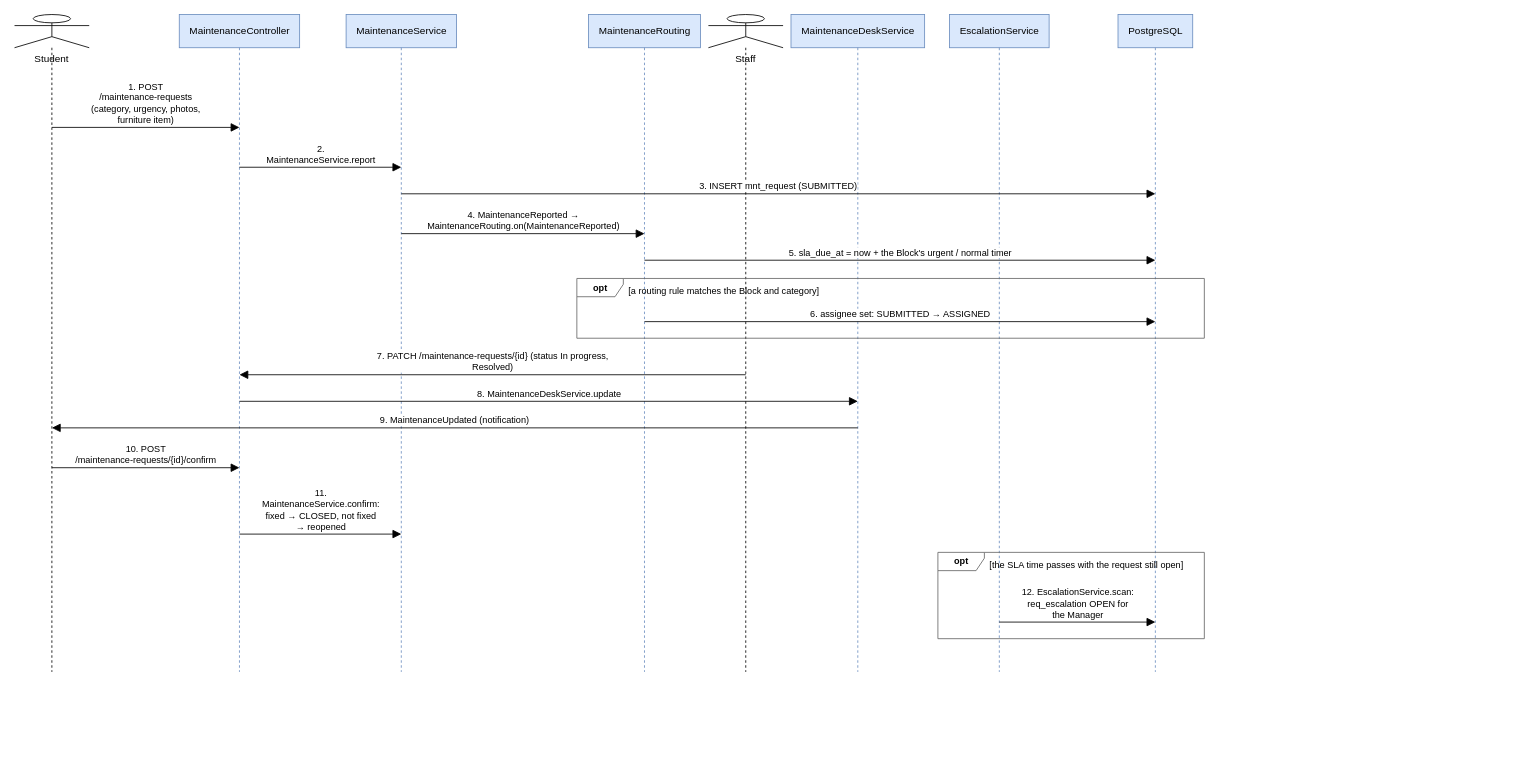
Earlier version of the draw.io diagram docs/Diagrams/07_Sequence/seq-09-maintenance-routing-sla.drawio (tisou47/CampusStay-FPT). Source tidied: cells renumbered, new cells numbered last; positions are measured from the earlier drawing's top-left corner, leaving out a move shared by most shapes. Both pictures are drawn from the tidied source at 83%, with x=0, y=0 at pixel (14, 14).
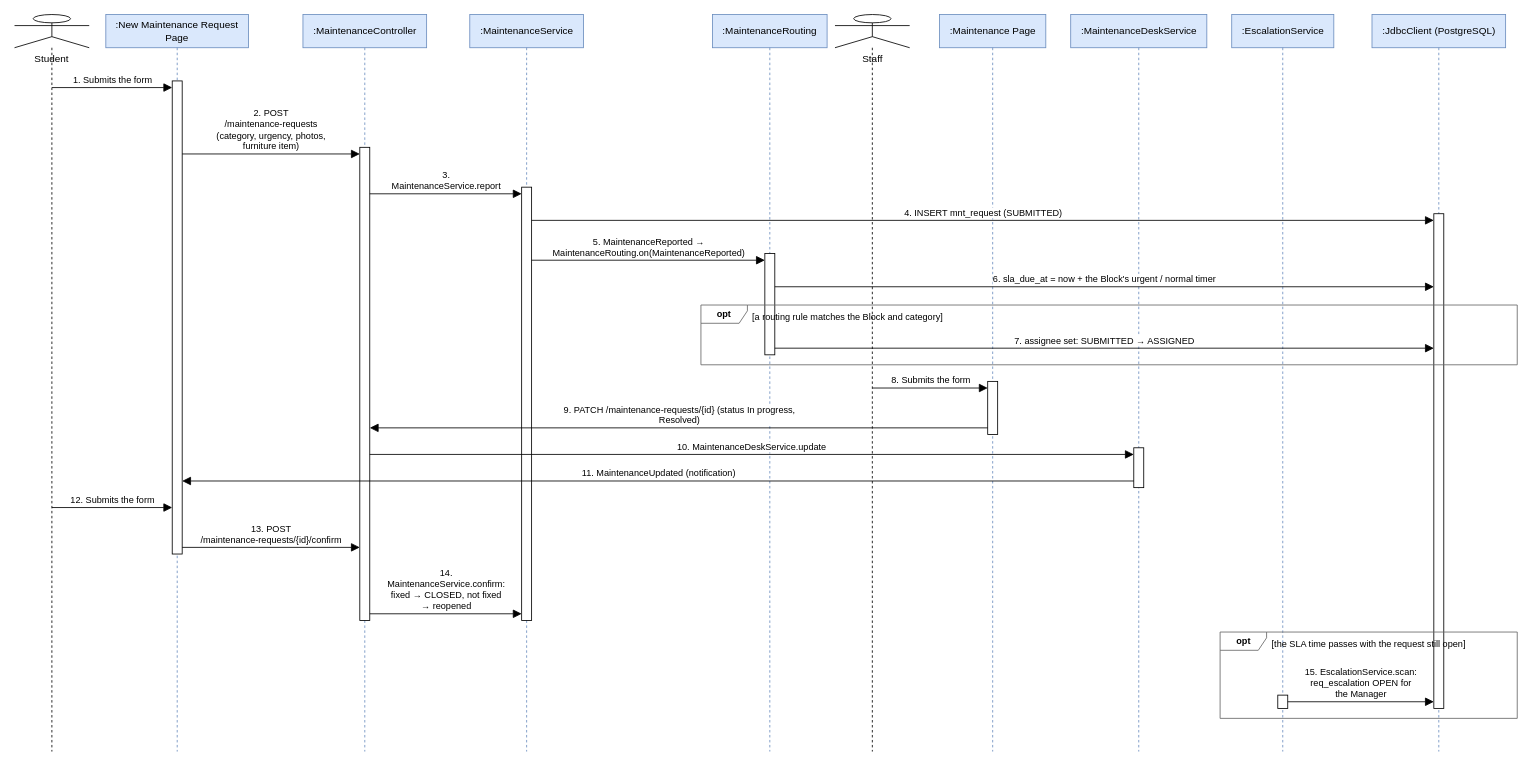
The same diagram, later.

What changed in the source:
```diff
@@
     <mxCell id="2" value="Student" style="shape=umlLifeline;participant=umlActor;perimeter=lifelinePerimeter;size=40;verticalAlign=top;spacingTop=40;html=1;whiteSpace=wrap;fontSize=12;fontFamily=Helvetica;" parent="1" vertex="1">
-      <mxGeometry width="90" height="792" as="geometry" />
+      <mxGeometry width="90" height="888" as="geometry" />
     </mxCell>
+    <mxCell id="26" value=":New Maintenance Request&lt;br&gt;Page" style="shape=umlLifeline;perimeter=lifelinePerimeter;size=40;html=1;whiteSpace=wrap;fontSize=12;fontFamily=Helvetica;fillColor=#dae8fc;strokeColor=#6c8ebf;" parent="1" vertex="1">
+      <mxGeometry x="110" width="172" height="888" as="geometry" />
+    </mxCell>
-    <mxCell id="3" value="MaintenanceController" style="shape=umlLifeline;perimeter=lifelinePerimeter;size=40;html=1;whiteSpace=wrap;fontSize=12;fontFamily=Helvetica;fillColor=#dae8fc;strokeColor=#6c8ebf;" parent="1" vertex="1">
-      <mxGeometry x="198.5" width="145" height="792" as="geometry" />
+    <mxCell id="3" value=":MaintenanceController" style="shape=umlLifeline;perimeter=lifelinePerimeter;size=40;html=1;whiteSpace=wrap;fontSize=12;fontFamily=Helvetica;fillColor=#dae8fc;strokeColor=#6c8ebf;" parent="1" vertex="1">
+      <mxGeometry x="347.5" width="149" height="888" as="geometry" />
     </mxCell>
-    <mxCell id="4" value="MaintenanceService" style="shape=umlLifeline;perimeter=lifelinePerimeter;size=40;html=1;whiteSpace=wrap;fontSize=12;fontFamily=Helvetica;fillColor=#dae8fc;strokeColor=#6c8ebf;" parent="1" vertex="1">
-      <mxGeometry x="399.5" width="133" height="792" as="geometry" />
+    <mxCell id="4" value=":MaintenanceService" style="shape=umlLifeline;perimeter=lifelinePerimeter;size=40;html=1;whiteSpace=wrap;fontSize=12;fontFamily=Helvetica;fillColor=#dae8fc;strokeColor=#6c8ebf;" parent="1" vertex="1">
+      <mxGeometry x="548.5" width="137" height="888" as="geometry" />
     </mxCell>
-    <mxCell id="5" value="MaintenanceRouting" style="shape=umlLifeline;perimeter=lifelinePerimeter;size=40;html=1;whiteSpace=wrap;fontSize=12;fontFamily=Helvetica;fillColor=#dae8fc;strokeColor=#6c8ebf;" parent="1" vertex="1">
-      <mxGeometry x="691.5" width="135" height="792" as="geometry" />
+    <mxCell id="5" value=":MaintenanceRouting" style="shape=umlLifeline;perimeter=lifelinePerimeter;size=40;html=1;whiteSpace=wrap;fontSize=12;fontFamily=Helvetica;fillColor=#dae8fc;strokeColor=#6c8ebf;" parent="1" vertex="1">
+      <mxGeometry x="841" width="138" height="888" as="geometry" />
     </mxCell>
     <mxCell id="6" value="Staff" style="shape=umlLifeline;participant=umlActor;perimeter=lifelinePerimeter;size=40;verticalAlign=top;spacingTop=40;html=1;whiteSpace=wrap;fontSize=12;fontFamily=Helvetica;" parent="1" vertex="1">
-      <mxGeometry x="836" width="90" height="792" as="geometry" />
+      <mxGeometry x="988.5" width="90" height="888" as="geometry" />
     </mxCell>
+    <mxCell id="27" value=":Maintenance Page" style="shape=umlLifeline;perimeter=lifelinePerimeter;size=40;html=1;whiteSpace=wrap;fontSize=12;fontFamily=Helvetica;fillColor=#dae8fc;strokeColor=#6c8ebf;" parent="1" vertex="1">
+      <mxGeometry x="1114.5" width="128" height="888" as="geometry" />
+    </mxCell>
-    <mxCell id="7" value="MaintenanceDeskService" style="shape=umlLifeline;perimeter=lifelinePerimeter;size=40;html=1;whiteSpace=wrap;fontSize=12;fontFamily=Helvetica;fillColor=#dae8fc;strokeColor=#6c8ebf;" parent="1" vertex="1">
-      <mxGeometry x="935.5" width="161" height="792" as="geometry" />
+    <mxCell id="7" value=":MaintenanceDeskService" style="shape=umlLifeline;perimeter=lifelinePerimeter;size=40;html=1;whiteSpace=wrap;fontSize=12;fontFamily=Helvetica;fillColor=#dae8fc;strokeColor=#6c8ebf;" parent="1" vertex="1">
+      <mxGeometry x="1272.5" width="164" height="888" as="geometry" />
     </mxCell>
-    <mxCell id="8" value="EscalationService" style="shape=umlLifeline;perimeter=lifelinePerimeter;size=40;html=1;whiteSpace=wrap;fontSize=12;fontFamily=Helvetica;fillColor=#dae8fc;strokeColor=#6c8ebf;" parent="1" vertex="1">
-      <mxGeometry x="1126.5" width="120" height="792" as="geometry" />
+    <mxCell id="8" value=":EscalationService" style="shape=umlLifeline;perimeter=lifelinePerimeter;size=40;html=1;whiteSpace=wrap;fontSize=12;fontFamily=Helvetica;fillColor=#dae8fc;strokeColor=#6c8ebf;" parent="1" vertex="1">
+      <mxGeometry x="1466.5" width="123" height="888" as="geometry" />
     </mxCell>
-    <mxCell id="9" value="PostgreSQL" style="shape=umlLifeline;perimeter=lifelinePerimeter;size=40;html=1;whiteSpace=wrap;fontSize=12;fontFamily=Helvetica;fillColor=#dae8fc;strokeColor=#6c8ebf;" parent="1" vertex="1">
-      <mxGeometry x="1329.5" width="90" height="792" as="geometry" />
+    <mxCell id="9" value=":JdbcClient (PostgreSQL)" style="shape=umlLifeline;perimeter=lifelinePerimeter;size=40;html=1;whiteSpace=wrap;fontSize=12;fontFamily=Helvetica;fillColor=#dae8fc;strokeColor=#6c8ebf;" parent="1" vertex="1">
+      <mxGeometry x="1635.5" width="161" height="888" as="geometry" />
     </mxCell>
-    <mxCell id="10" value="1. POST&lt;br&gt;/maintenance-requests&lt;br&gt;(category, urgency, photos,&lt;br&gt;furniture item)" style="html=1;rounded=1;fontSize=11;fontFamily=Helvetica;labelBackgroundColor=#ffffff;verticalAlign=bottom;endArrow=block;endFill=1;endSize=8;" parent="1" edge="1">
-      <mxGeometry relative="1" as="geometry">
-        <mxPoint x="45" y="136" as="sourcePoint" />
-        <mxPoint x="271" y="136" as="targetPoint" />
-      </mxGeometry>
+    <mxCell id="10" style="rounded=0;whiteSpace=wrap;html=1;fillColor=#FFFFFF;strokeColor=#000000;" parent="1" vertex="1">
+      <mxGeometry x="190" y="80" width="12" height="570" as="geometry" />
     </mxCell>
-    <mxCell id="11" value="2.&lt;br&gt;MaintenanceService.report" style="html=1;rounded=1;fontSize=11;fontFamily=Helvetica;labelBackgroundColor=#ffffff;verticalAlign=bottom;endArrow=block;endFill=1;endSize=8;" parent="1" edge="1">
-      <mxGeometry relative="1" as="geometry">
-        <mxPoint x="271" y="184" as="sourcePoint" />
-        <mxPoint x="466" y="184" as="targetPoint" />
-      </mxGeometry>
+    <mxCell id="11" style="rounded=0;whiteSpace=wrap;html=1;fillColor=#FFFFFF;strokeColor=#000000;" parent="1" vertex="1">
+      <mxGeometry x="416" y="160" width="12" height="570" as="geometry" />
     </mxCell>
-    <mxCell id="12" value="3. INSERT mnt_request (SUBMITTED)" style="html=1;rounded=1;fontSize=11;fontFamily=Helvetica;labelBackgroundColor=#ffffff;verticalAlign=bottom;endArrow=block;endFill=1;endSize=8;" parent="1" edge="1">
-      <mxGeometry relative="1" as="geometry">
-        <mxPoint x="466" y="216" as="sourcePoint" />
-        <mxPoint x="1374.5" y="216" as="targetPoint" />
-      </mxGeometry>
+    <mxCell id="12" style="rounded=0;whiteSpace=wrap;html=1;fillColor=#FFFFFF;strokeColor=#000000;" parent="1" vertex="1">
+      <mxGeometry x="611" y="208" width="12" height="522" as="geometry" />
     </mxCell>
-    <mxCell id="13" value="4. MaintenanceReported →&lt;br&gt;MaintenanceRouting.on(MaintenanceReported)" style="html=1;rounded=1;fontSize=11;fontFamily=Helvetica;labelBackgroundColor=#ffffff;verticalAlign=bottom;endArrow=block;endFill=1;endSize=8;" parent="1" edge="1">
-      <mxGeometry relative="1" as="geometry">
-        <mxPoint x="466" y="264" as="sourcePoint" />
-        <mxPoint x="759" y="264" as="targetPoint" />
-      </mxGeometry>
+    <mxCell id="13" style="rounded=0;whiteSpace=wrap;html=1;fillColor=#FFFFFF;strokeColor=#000000;" parent="1" vertex="1">
+      <mxGeometry x="1710" y="240" width="12" height="596" as="geometry" />
     </mxCell>
-    <mxCell id="14" value="5. sla_due_at = now + the Block's urgent / normal timer" style="html=1;rounded=1;fontSize=11;fontFamily=Helvetica;labelBackgroundColor=#ffffff;verticalAlign=bottom;endArrow=block;endFill=1;endSize=8;" parent="1" edge="1">
-      <mxGeometry relative="1" as="geometry">
-        <mxPoint x="759" y="296" as="sourcePoint" />
-        <mxPoint x="1374.5" y="296" as="targetPoint" />
-      </mxGeometry>
+    <mxCell id="14" style="rounded=0;whiteSpace=wrap;html=1;fillColor=#FFFFFF;strokeColor=#000000;" parent="1" vertex="1">
+      <mxGeometry x="904" y="288" width="12" height="122" as="geometry" />
     </mxCell>
-    <mxCell id="15" value="6. assignee set: SUBMITTED → ASSIGNED" style="html=1;rounded=1;fontSize=11;fontFamily=Helvetica;labelBackgroundColor=#ffffff;verticalAlign=bottom;endArrow=block;endFill=1;endSize=8;" parent="1" edge="1">
-      <mxGeometry relative="1" as="geometry">
-        <mxPoint x="759" y="370" as="sourcePoint" />
-        <mxPoint x="1374.5" y="370" as="targetPoint" />
-      </mxGeometry>
+    <mxCell id="15" style="rounded=0;whiteSpace=wrap;html=1;fillColor=#FFFFFF;strokeColor=#000000;" parent="1" vertex="1">
+      <mxGeometry x="1172.5" y="442" width="12" height="64" as="geometry" />
     </mxCell>
-    <mxCell id="16" value="opt" style="shape=umlFrame;whiteSpace=wrap;html=1;width=56;height=22;fontSize=11;fontStyle=1;fillColor=none;strokeColor=#666666;" parent="1" vertex="1">
-      <mxGeometry x="677.5" y="318" width="756" height="72" as="geometry" />
+    <mxCell id="16" style="rounded=0;whiteSpace=wrap;html=1;fillColor=#FFFFFF;strokeColor=#000000;" parent="1" vertex="1">
+      <mxGeometry x="1348.5" y="522" width="12" height="48" as="geometry" />
     </mxCell>
-    <mxCell id="17" value="[a routing rule matches the Block and category]" style="text;html=1;whiteSpace=wrap;fontSize=12;fontFamily=Helvetica;align=left;verticalAlign=top;fillColor=none;strokeColor=none;fontSize=11;" parent="1" vertex="1">
-      <mxGeometry x="737.5" y="320" width="274.1" height="20" as="geometry" />
+    <mxCell id="17" style="rounded=0;whiteSpace=wrap;html=1;fillColor=#FFFFFF;strokeColor=#000000;" parent="1" vertex="1">
+      <mxGeometry x="1522" y="820" width="12" height="16" as="geometry" />
     </mxCell>
-    <mxCell id="18" value="7. PATCH /maintenance-requests/{id} (status In progress,&lt;br&gt;Resolved)" style="html=1;rounded=1;fontSize=11;fontFamily=Helvetica;labelBackgroundColor=#ffffff;verticalAlign=bottom;endArrow=block;endFill=1;endSize=8;" parent="1" edge="1">
+    <mxCell id="18" value="1. Submits the form" style="html=1;rounded=1;fontSize=11;fontFamily=Helvetica;labelBackgroundColor=#ffffff;verticalAlign=bottom;endArrow=block;endFill=1;endSize=8;" parent="1" edge="1">
       <mxGeometry relative="1" as="geometry">
-        <mxPoint x="881" y="434" as="sourcePoint" />
-        <mxPoint x="271" y="434" as="targetPoint" />
+        <mxPoint x="45" y="88" as="sourcePoint" />
+        <mxPoint x="190" y="88" as="targetPoint" />
       </mxGeometry>
     </mxCell>
-    <mxCell id="19" value="8. MaintenanceDeskService.update" style="html=1;rounded=1;fontSize=11;fontFamily=Helvetica;labelBackgroundColor=#ffffff;verticalAlign=bottom;endArrow=block;endFill=1;endSize=8;" parent="1" edge="1">
+    <mxCell id="19" value="2. POST&lt;br&gt;/maintenance-requests&lt;br&gt;(category, urgency, photos,&lt;br&gt;furniture item)" style="html=1;rounded=1;fontSize=11;fontFamily=Helvetica;labelBackgroundColor=#ffffff;verticalAlign=bottom;endArrow=block;endFill=1;endSize=8;" parent="1" edge="1">
       <mxGeometry relative="1" as="geometry">
-        <mxPoint x="271" y="466" as="sourcePoint" />
-        <mxPoint x="1016" y="466" as="targetPoint" />
+        <mxPoint x="202" y="168" as="sourcePoint" />
+        <mxPoint x="416" y="168" as="targetPoint" />
       </mxGeometry>
     </mxCell>
-    <mxCell id="20" value="9. MaintenanceUpdated (notification)" style="html=1;rounded=1;fontSize=11;fontFamily=Helvetica;labelBackgroundColor=#ffffff;verticalAlign=bottom;endArrow=block;endFill=1;endSize=8;" parent="1" edge="1">
+    <mxCell id="20" value="3.&lt;br&gt;MaintenanceService.report" style="html=1;rounded=1;fontSize=11;fontFamily=Helvetica;labelBackgroundColor=#ffffff;verticalAlign=bottom;endArrow=block;endFill=1;endSize=8;" parent="1" edge="1">
       <mxGeometry relative="1" as="geometry">
-        <mxPoint x="1016" y="498" as="sourcePoint" />
-        <mxPoint x="45" y="498" as="targetPoint" />
+        <mxPoint x="428" y="216" as="sourcePoint" />
+        <mxPoint x="611" y="216" as="targetPoint" />
       </mxGeometry>
     </mxCell>
-    <mxCell id="21" value="10. POST&lt;br&gt;/maintenance-requests/{id}/confirm" style="html=1;rounded=1;fontSize=11;fontFamily=Helvetica;labelBackgroundColor=#ffffff;verticalAlign=bottom;endArrow=block;endFill=1;endSize=8;" parent="1" edge="1">
+    <mxCell id="21" value="4. INSERT mnt_request (SUBMITTED)" style="html=1;rounded=1;fontSize=11;fontFamily=Helvetica;labelBackgroundColor=#ffffff;verticalAlign=bottom;endArrow=block;endFill=1;endSize=8;" parent="1" edge="1">
       <mxGeometry relative="1" as="geometry">
-        <mxPoint x="45" y="546" as="sourcePoint" />
-        <mxPoint x="271" y="546" as="targetPoint" />
+        <mxPoint x="623" y="248" as="sourcePoint" />
+        <mxPoint x="1710" y="248" as="targetPoint" />
       </mxGeometry>
     </mxCell>
-    <mxCell id="22" value="11.&lt;br&gt;MaintenanceService.confirm:&lt;br&gt;fixed → CLOSED, not fixed&lt;br&gt;→ reopened" style="html=1;rounded=1;fontSize=11;fontFamily=Helvetica;labelBackgroundColor=#ffffff;verticalAlign=bottom;endArrow=block;endFill=1;endSize=8;" parent="1" edge="1">
+    <mxCell id="22" value="5. MaintenanceReported →&lt;br&gt;MaintenanceRouting.on(MaintenanceReported)" style="html=1;rounded=1;fontSize=11;fontFamily=Helvetica;labelBackgroundColor=#ffffff;verticalAlign=bottom;endArrow=block;endFill=1;endSize=8;" parent="1" edge="1">
       <mxGeometry relative="1" as="geometry">
-        <mxPoint x="271" y="626" as="sourcePoint" />
-        <mxPoint x="466" y="626" as="targetPoint" />
+        <mxPoint x="623" y="296" as="sourcePoint" />
+        <mxPoint x="904" y="296" as="targetPoint" />
       </mxGeometry>
     </mxCell>
-    <mxCell id="23" value="12. EscalationService.scan:&lt;br&gt;req_escalation OPEN for&lt;br&gt;the Manager" style="html=1;rounded=1;fontSize=11;fontFamily=Helvetica;labelBackgroundColor=#ffffff;verticalAlign=bottom;endArrow=block;endFill=1;endSize=8;" parent="1" edge="1">
+    <mxCell id="23" value="6. sla_due_at = now + the Block's urgent / normal timer" style="html=1;rounded=1;fontSize=11;fontFamily=Helvetica;labelBackgroundColor=#ffffff;verticalAlign=bottom;endArrow=block;endFill=1;endSize=8;" parent="1" edge="1">
       <mxGeometry relative="1" as="geometry">
-        <mxPoint x="1186.5" y="732" as="sourcePoint" />
-        <mxPoint x="1374.5" y="732" as="targetPoint" />
+        <mxPoint x="916" y="328" as="sourcePoint" />
+        <mxPoint x="1710" y="328" as="targetPoint" />
       </mxGeometry>
     </mxCell>
-    <mxCell id="24" value="opt" style="shape=umlFrame;whiteSpace=wrap;html=1;width=56;height=22;fontSize=11;fontStyle=1;fillColor=none;strokeColor=#666666;" parent="1" vertex="1">
-      <mxGeometry x="1112.5" y="648" width="321" height="104" as="geometry" />
+    <mxCell id="24" value="7. assignee set: SUBMITTED → ASSIGNED" style="html=1;rounded=1;fontSize=11;fontFamily=Helvetica;labelBackgroundColor=#ffffff;verticalAlign=bottom;endArrow=block;endFill=1;endSize=8;" parent="1" edge="1">
+      <mxGeometry relative="1" as="geometry">
+        <mxPoint x="916" y="402" as="sourcePoint" />
+        <mxPoint x="1710" y="402" as="targetPoint" />
+      </mxGeometry>
     </mxCell>
-    <mxCell id="25" value="[the SLA time passes with the request still open]" style="text;html=1;whiteSpace=wrap;fontSize=12;fontFamily=Helvetica;align=left;verticalAlign=top;fillColor=none;strokeColor=none;fontSize=11;" parent="1" vertex="1">
-      <mxGeometry x="1172.5" y="650" width="257" height="20" as="geometry" />
+    <mxCell id="25" value="opt" style="shape=umlFrame;whiteSpace=wrap;html=1;width=56;height=22;fontSize=11;fontStyle=1;fillColor=none;strokeColor=#666666;" parent="1" vertex="1">
+      <mxGeometry x="827" y="350" width="983.5" height="72" as="geometry" />
     </mxCell>
+    <mxCell id="28" value="[a routing rule matches the Block and category]" style="text;html=1;whiteSpace=wrap;fontSize=12;fontFamily=Helvetica;align=left;verticalAlign=top;fillColor=none;strokeColor=none;fontSize=11;" parent="1" vertex="1">
+      <mxGeometry x="887" y="352" width="274.1" height="20" as="geometry" />
+    </mxCell>
+    <mxCell id="29" value="8. Submits the form" style="html=1;rounded=1;fontSize=11;fontFamily=Helvetica;labelBackgroundColor=#ffffff;verticalAlign=bottom;endArrow=block;endFill=1;endSize=8;" parent="1" edge="1">
+      <mxGeometry relative="1" as="geometry">
+        <mxPoint x="1033.5" y="450" as="sourcePoint" />
+        <mxPoint x="1172.5" y="450" as="targetPoint" />
+      </mxGeometry>
+    </mxCell>
+    <mxCell id="30" value="9. PATCH /maintenance-requests/{id} (status In progress,&lt;br&gt;Resolved)" style="html=1;rounded=1;fontSize=11;fontFamily=Helvetica;labelBackgroundColor=#ffffff;verticalAlign=bottom;endArrow=block;endFill=1;endSize=8;" parent="1" edge="1">
+      <mxGeometry relative="1" as="geometry">
+        <mxPoint x="1172.5" y="498" as="sourcePoint" />
+        <mxPoint x="428" y="498" as="targetPoint" />
+      </mxGeometry>
+    </mxCell>
+    <mxCell id="31" value="10. MaintenanceDeskService.update" style="html=1;rounded=1;fontSize=11;fontFamily=Helvetica;labelBackgroundColor=#ffffff;verticalAlign=bottom;endArrow=block;endFill=1;endSize=8;" parent="1" edge="1">
+      <mxGeometry relative="1" as="geometry">
+        <mxPoint x="428" y="530" as="sourcePoint" />
+        <mxPoint x="1348.5" y="530" as="targetPoint" />
+      </mxGeometry>
+    </mxCell>
+    <mxCell id="32" value="11. MaintenanceUpdated (notification)" style="html=1;rounded=1;fontSize=11;fontFamily=Helvetica;labelBackgroundColor=#ffffff;verticalAlign=bottom;endArrow=block;endFill=1;endSize=8;" parent="1" edge="1">
+      <mxGeometry relative="1" as="geometry">
+        <mxPoint x="1348.5" y="562" as="sourcePoint" />
+        <mxPoint x="202" y="562" as="targetPoint" />
+      </mxGeometry>
+    </mxCell>
+    <mxCell id="33" value="12. Submits the form" style="html=1;rounded=1;fontSize=11;fontFamily=Helvetica;labelBackgroundColor=#ffffff;verticalAlign=bottom;endArrow=block;endFill=1;endSize=8;" parent="1" edge="1">
+      <mxGeometry relative="1" as="geometry">
+        <mxPoint x="45" y="594" as="sourcePoint" />
+        <mxPoint x="190" y="594" as="targetPoint" />
+      </mxGeometry>
+    </mxCell>
+    <mxCell id="34" value="13. POST&lt;br&gt;/maintenance-requests/{id}/confirm" style="html=1;rounded=1;fontSize=11;fontFamily=Helvetica;labelBackgroundColor=#ffffff;verticalAlign=bottom;endArrow=block;endFill=1;endSize=8;" parent="1" edge="1">
+      <mxGeometry relative="1" as="geometry">
+        <mxPoint x="202" y="642" as="sourcePoint" />
+        <mxPoint x="416" y="642" as="targetPoint" />
+      </mxGeometry>
+    </mxCell>
+    <mxCell id="35" value="14.&lt;br&gt;MaintenanceService.confirm:&lt;br&gt;fixed → CLOSED, not fixed&lt;br&gt;→ reopened" style="html=1;rounded=1;fontSize=11;fontFamily=Helvetica;labelBackgroundColor=#ffffff;verticalAlign=bottom;endArrow=block;endFill=1;endSize=8;" parent="1" edge="1">
+      <mxGeometry relative="1" as="geometry">
+        <mxPoint x="428" y="722" as="sourcePoint" />
+        <mxPoint x="611" y="722" as="targetPoint" />
+      </mxGeometry>
+    </mxCell>
+    <mxCell id="36" value="15. EscalationService.scan:&lt;br&gt;req_escalation OPEN for&lt;br&gt;the Manager" style="html=1;rounded=1;fontSize=11;fontFamily=Helvetica;labelBackgroundColor=#ffffff;verticalAlign=bottom;endArrow=block;endFill=1;endSize=8;" parent="1" edge="1">
+      <mxGeometry relative="1" as="geometry">
+        <mxPoint x="1534" y="828" as="sourcePoint" />
+        <mxPoint x="1710" y="828" as="targetPoint" />
+      </mxGeometry>
+    </mxCell>
+    <mxCell id="37" value="opt" style="shape=umlFrame;whiteSpace=wrap;html=1;width=56;height=22;fontSize=11;fontStyle=1;fillColor=none;strokeColor=#666666;" parent="1" vertex="1">
+      <mxGeometry x="1452.5" y="744" width="358" height="104" as="geometry" />
+    </mxCell>
+    <mxCell id="38" value="[the SLA time passes with the request still open]" style="text;html=1;whiteSpace=wrap;fontSize=12;fontFamily=Helvetica;align=left;verticalAlign=top;fillColor=none;strokeColor=none;fontSize=11;" parent="1" vertex="1">
+      <mxGeometry x="1512.5" y="746" width="278.8" height="20" as="geometry" />
+    </mxCell>
```
